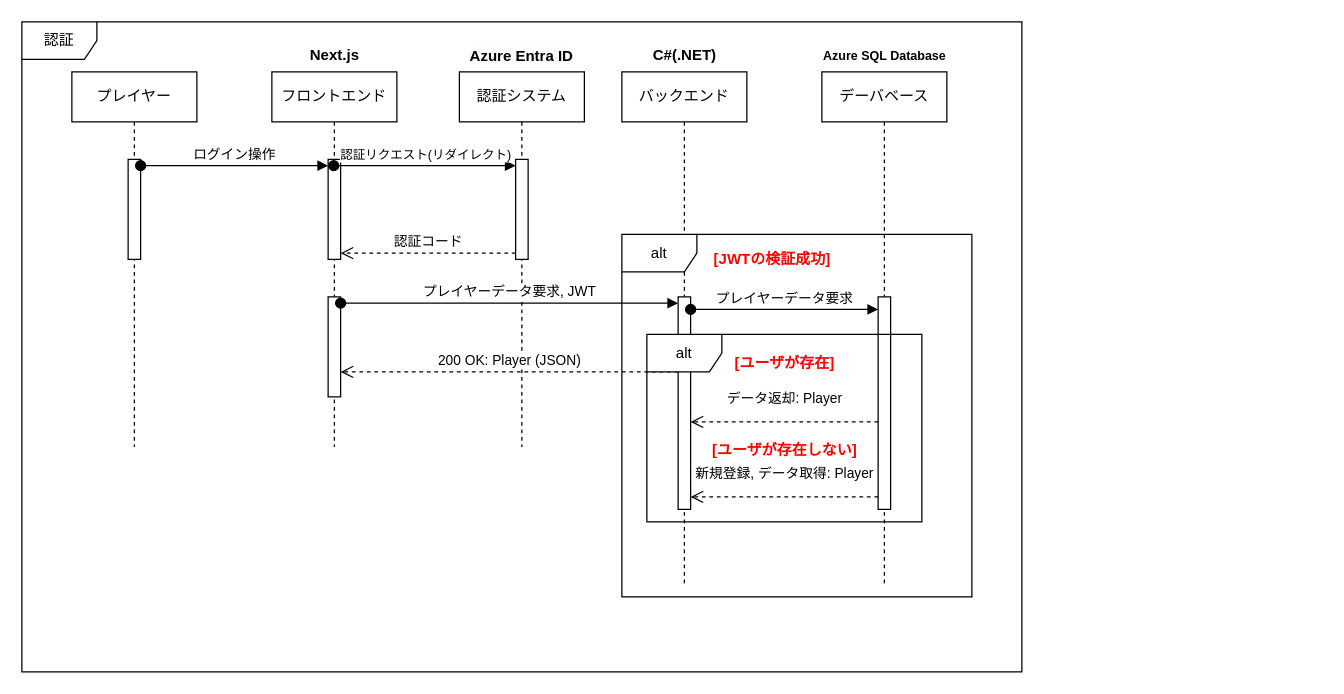
Above: page "ログイン" (1 of 2) of docs/UML/シーケンス図.drawio in ayumu203/poke-clone-v3 (draw.io), before the change. Source tidied: cells renumbered, new cells numbered last; positions are measured from the earlier drawing's top-left corner, leaving out a move shared by most shapes. Both pictures are drawn from the tidied source at 125%, with x=0, y=0 at pixel (21, 21).
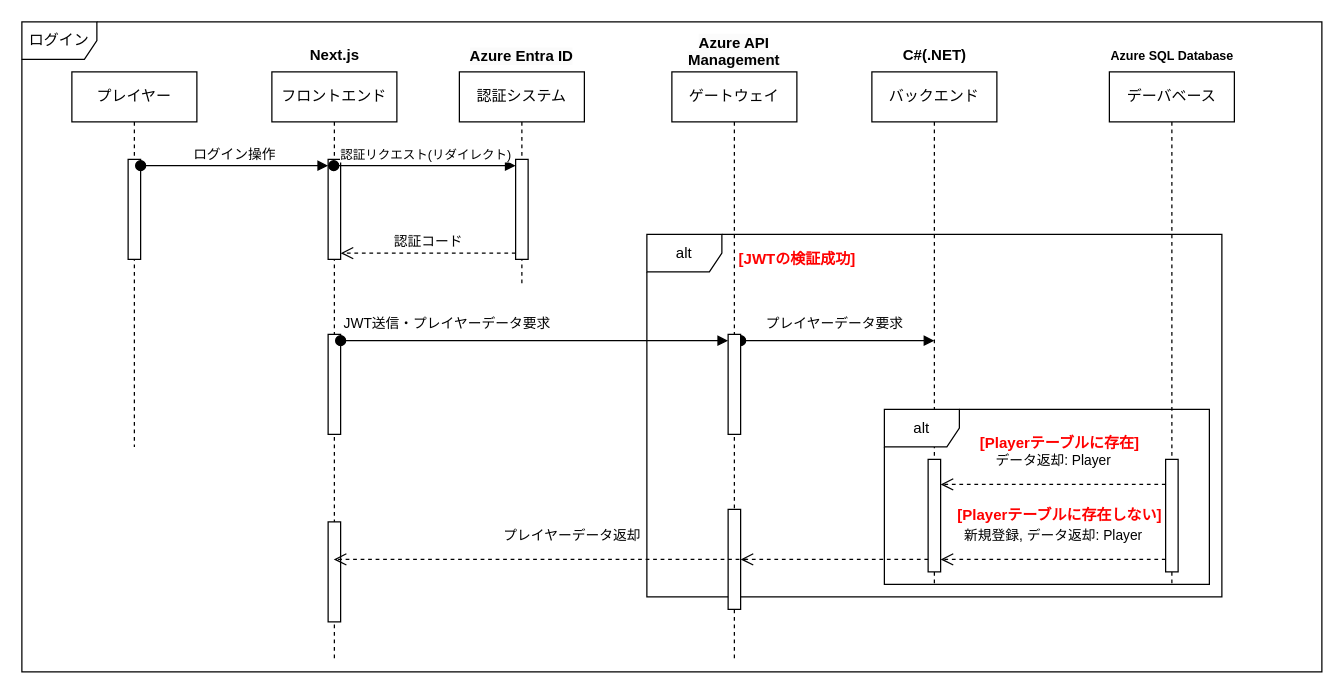
After the change.

Commit message:
docs:ログイン時のシーケンスを作成

Change to the diagram source:
```diff
@@
-    <mxCell id="2" value="認証" style="shape=umlFrame;whiteSpace=wrap;html=1;" parent="1" vertex="1">
-      <mxGeometry width="800" height="520" as="geometry" />
+    <mxCell id="2" value="&lt;div&gt;&lt;span style=&quot;background-color: transparent; color: light-dark(rgb(0, 0, 0), rgb(255, 255, 255));&quot;&gt;ログイン&lt;/span&gt;&lt;br&gt;&lt;/div&gt;" style="shape=umlFrame;whiteSpace=wrap;html=1;" parent="1" vertex="1">
+      <mxGeometry width="1040" height="520" as="geometry" />
     </mxCell>
@@
     <mxCell id="5" value="フロントエンド" style="shape=umlLifeline;perimeter=lifelinePerimeter;whiteSpace=wrap;html=1;outlineConnect=0;portConstraint=eastwest;newEdgeStyle={&quot;curved&quot;:0,&quot;rounded&quot;:0};" parent="1" vertex="1">
-      <mxGeometry x="200" y="40" width="100" height="300" as="geometry" />
+      <mxGeometry x="200" y="40" width="100" height="470" as="geometry" />
     </mxCell>
@@
-    <mxCell id="7" style="html=1;points=[[0,0,0,0,5],[0,1,0,0,-5],[1,0,0,0,5],[1,1,0,0,-5]];perimeter=orthogonalPerimeter;outlineConnect=0;targetShapes=umlLifeline;portConstraint=eastwest;newEdgeStyle={&quot;curved&quot;:0,&quot;rounded&quot;:0};" parent="5" vertex="1">
-      <mxGeometry x="45" y="180" width="10" height="80" as="geometry" />
-    </mxCell>
+    <mxCell id="31" style="html=1;perimeter=orthogonalPerimeter;targetShapes=umlLifeline;newEdgeStyle={&quot;curved&quot;:0,&quot;rounded&quot;:0};" parent="5" vertex="1">
+      <mxGeometry x="45" y="360" width="10" height="80" as="geometry" />
+    </mxCell>
@@
     <mxCell id="10" value="認証システム" style="shape=umlLifeline;perimeter=lifelinePerimeter;whiteSpace=wrap;html=1;newEdgeStyle={&quot;curved&quot;:0,&quot;rounded&quot;:0};" parent="1" vertex="1">
-      <mxGeometry x="350" y="40" width="100" height="300" as="geometry" />
+      <mxGeometry x="350" y="40" width="100" height="170" as="geometry" />
     </mxCell>
@@
     <mxCell id="14" value="バックエンド" style="shape=umlLifeline;perimeter=lifelinePerimeter;whiteSpace=wrap;html=1;newEdgeStyle={&quot;curved&quot;:0,&quot;rounded&quot;:0};" parent="1" vertex="1">
-      <mxGeometry x="480" y="40" width="100" height="410" as="geometry" />
+      <mxGeometry x="680" y="40" width="100" height="410" as="geometry" />
     </mxCell>
     <mxCell id="15" value="C#(.NET)" style="text;align=center;fontStyle=1;verticalAlign=middle;spacingLeft=3;spacingRight=3;strokeColor=none;html=1;" parent="1" vertex="1">
-      <mxGeometry x="480" y="14" width="100" height="26" as="geometry" />
+      <mxGeometry x="680" y="14" width="100" height="26" as="geometry" />
     </mxCell>
     <mxCell id="16" style="html=1;points=[[0,0,0,0,5],[0,1,0,0,-5],[1,0,0,0,5],[1,1,0,0,-5]];perimeter=orthogonalPerimeter;outlineConnect=0;targetShapes=umlLifeline;portConstraint=eastwest;newEdgeStyle={&quot;curved&quot;:0,&quot;rounded&quot;:0};" parent="1" vertex="1">
-      <mxGeometry x="525" y="220" width="10" height="170" as="geometry" />
+      <mxGeometry x="725" y="350" width="10" height="90" as="geometry" />
     </mxCell>
-    <mxCell id="17" value="プレイヤーデータ要求, JWT" style="html=1;verticalAlign=bottom;startArrow=oval;endArrow=block;startSize=8;curved=0;rounded=0;entryX=0;entryY=0;entryDx=0;entryDy=5;" parent="1" edge="1" source="7" target="16">
-      <mxGeometry relative="1" as="geometry" />
-    </mxCell>
-    <mxCell id="18" value="200 OK: Player (JSON)" style="html=1;verticalAlign=bottom;endArrow=open;dashed=1;endSize=8;curved=0;rounded=0;" parent="1" edge="1">
-      <mxGeometry relative="1" as="geometry">
-        <mxPoint x="525" y="280" as="sourcePoint" />
-        <mxPoint x="255" y="280" as="targetPoint" />
-      </mxGeometry>
-    </mxCell>
     <mxCell id="19" value="デーバベース" style="shape=umlLifeline;perimeter=lifelinePerimeter;whiteSpace=wrap;html=1;newEdgeStyle={&quot;curved&quot;:0,&quot;rounded&quot;:0};" parent="1" vertex="1">
-      <mxGeometry x="640" y="40" width="100" height="410" as="geometry" />
+      <mxGeometry x="870" y="40" width="100" height="410" as="geometry" />
     </mxCell>
     <mxCell id="20" value="&lt;font style=&quot;font-size: 10px;&quot;&gt;Azure SQL Database&lt;/font&gt;" style="text;align=center;fontStyle=1;verticalAlign=middle;spacingLeft=3;spacingRight=3;strokeColor=none;html=1;" parent="1" vertex="1">
-      <mxGeometry x="640" y="14" width="100" height="26" as="geometry" />
+      <mxGeometry x="870" y="14" width="100" height="26" as="geometry" />
     </mxCell>
@@
     <mxCell id="22" value="alt" style="shape=umlFrame;whiteSpace=wrap;html=1;" parent="1" vertex="1">
-      <mxGeometry x="480" y="170" width="280" height="290" as="geometry" />
+      <mxGeometry x="500" y="170" width="460" height="290" as="geometry" />
     </mxCell>
     <mxCell id="23" style="html=1;points=[[0,0,0,0,5],[0,1,0,0,-5],[1,0,0,0,5],[1,1,0,0,-5]];perimeter=orthogonalPerimeter;outlineConnect=0;targetShapes=umlLifeline;portConstraint=eastwest;newEdgeStyle={&quot;curved&quot;:0,&quot;rounded&quot;:0};" parent="1" vertex="1">
-      <mxGeometry x="685" y="220" width="10" height="170" as="geometry" />
+      <mxGeometry x="915" y="350" width="10" height="90" as="geometry" />
     </mxCell>
     <mxCell id="24" value="&lt;div&gt;&lt;font style=&quot;color: rgb(255, 0, 0);&quot;&gt;[JWTの検証成功]&lt;/font&gt;&lt;/div&gt;" style="text;align=center;fontStyle=1;verticalAlign=middle;spacingLeft=3;spacingRight=3;strokeColor=none;html=1;" parent="1" vertex="1">
-      <mxGeometry x="560" y="177" width="80" height="26" as="geometry" />
+      <mxGeometry x="580" y="177" width="80" height="26" as="geometry" />
     </mxCell>
     <mxCell id="25" value="alt" style="shape=umlFrame;whiteSpace=wrap;html=1;" parent="1" vertex="1">
-      <mxGeometry x="500" y="250" width="220" height="150" as="geometry" />
+      <mxGeometry x="690" y="310" width="260" height="140" as="geometry" />
     </mxCell>
-    <mxCell id="26" value="&lt;div&gt;&lt;font style=&quot;color: rgb(255, 0, 0);&quot;&gt;[ユーザが存在]&lt;/font&gt;&lt;/div&gt;" style="text;align=center;fontStyle=1;verticalAlign=middle;spacingLeft=3;spacingRight=3;strokeColor=none;html=1;" parent="1" vertex="1">
-      <mxGeometry x="570" y="260" width="80" height="26" as="geometry" />
+    <mxCell id="26" value="&lt;div&gt;&lt;font style=&quot;color: rgb(255, 0, 0);&quot;&gt;[Playerテーブルに存在]&lt;/font&gt;&lt;/div&gt;" style="text;align=center;fontStyle=1;verticalAlign=middle;spacingLeft=3;spacingRight=3;strokeColor=none;html=1;" parent="1" vertex="1">
+      <mxGeometry x="790" y="324" width="80" height="26" as="geometry" />
     </mxCell>
-    <mxCell id="27" value="データ返却: Player" style="html=1;verticalAlign=bottom;endArrow=open;dashed=1;endSize=8;curved=0;rounded=0;" parent="1" edge="1">
+    <mxCell id="27" value="データ返却: Player" style="html=1;verticalAlign=bottom;endArrow=open;dashed=1;endSize=8;curved=0;rounded=0;" parent="1" edge="1" source="23">
       <mxGeometry y="-10" relative="1" as="geometry">
-        <mxPoint x="685" y="320" as="sourcePoint" />
-        <mxPoint x="535" y="320" as="targetPoint" />
+        <mxPoint x="735" y="370" as="targetPoint" />
       </mxGeometry>
     </mxCell>
-    <mxCell id="28" value="&lt;div&gt;&lt;font style=&quot;color: rgb(255, 0, 0);&quot;&gt;[ユーザが存在しない]&lt;/font&gt;&lt;/div&gt;" style="text;align=center;fontStyle=1;verticalAlign=middle;spacingLeft=3;spacingRight=3;strokeColor=none;html=1;" parent="1" vertex="1">
-      <mxGeometry x="570" y="330" width="80" height="26" as="geometry" />
+    <mxCell id="28" value="&lt;div&gt;&lt;font style=&quot;color: rgb(255, 0, 0);&quot;&gt;[Playerテーブルに存在しない]&lt;/font&gt;&lt;/div&gt;" style="text;align=center;fontStyle=1;verticalAlign=middle;spacingLeft=3;spacingRight=3;strokeColor=none;html=1;" parent="1" vertex="1">
+      <mxGeometry x="790" y="382" width="80" height="26" as="geometry" />
     </mxCell>
-    <mxCell id="29" value="新規登録, データ取得: Player" style="html=1;verticalAlign=bottom;endArrow=open;dashed=1;endSize=8;curved=0;rounded=0;" parent="1" edge="1">
+    <mxCell id="29" value="新規登録, データ返却: Player" style="html=1;verticalAlign=bottom;endArrow=open;dashed=1;endSize=8;curved=0;rounded=0;" parent="1" edge="1" source="23">
       <mxGeometry y="-10" relative="1" as="geometry">
-        <mxPoint x="685" y="380" as="sourcePoint" />
-        <mxPoint x="535" y="380" as="targetPoint" />
+        <mxPoint x="735" y="430" as="targetPoint" />
       </mxGeometry>
     </mxCell>
-    <mxCell id="30" value="プレイヤーデータ要求" style="html=1;verticalAlign=bottom;startArrow=oval;endArrow=block;startSize=8;curved=0;rounded=0;" parent="1" edge="1">
-      <mxGeometry relative="1" as="geometry">
-        <mxPoint x="535" y="230" as="sourcePoint" />
-        <mxPoint x="685" y="230" as="targetPoint" />
+    <mxCell id="30" value="プレイヤーデータ要求" style="html=1;verticalAlign=bottom;startArrow=oval;endArrow=block;startSize=8;curved=0;rounded=0;exitX=1;exitY=0;exitDx=0;exitDy=5;exitPerimeter=0;" parent="1" edge="1" source="33">
+      <mxGeometry x="-0.03" y="5" relative="1" as="geometry">
+        <mxPoint x="730" y="255" as="targetPoint" />
       </mxGeometry>
     </mxCell>
+    <mxCell id="32" value="ゲートウェイ" style="shape=umlLifeline;perimeter=lifelinePerimeter;whiteSpace=wrap;html=1;newEdgeStyle={&quot;curved&quot;:0,&quot;rounded&quot;:0};" parent="1" vertex="1">
+      <mxGeometry x="520" y="40" width="100" height="470" as="geometry" />
+    </mxCell>
+    <mxCell id="7" style="html=1;points=[[0,0,0,0,5],[0,1,0,0,-5],[1,0,0,0,5],[1,1,0,0,-5]];perimeter=orthogonalPerimeter;outlineConnect=0;targetShapes=umlLifeline;portConstraint=eastwest;newEdgeStyle={&quot;curved&quot;:0,&quot;rounded&quot;:0};" parent="32" vertex="1">
+      <mxGeometry x="-275" y="210" width="10" height="80" as="geometry" />
+    </mxCell>
+    <mxCell id="33" style="html=1;points=[[0,0,0,0,5],[0,1,0,0,-5],[1,0,0,0,5],[1,1,0,0,-5]];perimeter=orthogonalPerimeter;outlineConnect=0;targetShapes=umlLifeline;portConstraint=eastwest;newEdgeStyle={&quot;curved&quot;:0,&quot;rounded&quot;:0};" parent="32" vertex="1">
+      <mxGeometry x="45" y="210" width="10" height="80" as="geometry" />
+    </mxCell>
+    <mxCell id="34" value="JWT送信・プレイヤーデータ要求" style="html=1;verticalAlign=bottom;startArrow=oval;endArrow=block;startSize=8;curved=0;rounded=0;entryX=0;entryY=0;entryDx=0;entryDy=5;" parent="32" edge="1" source="7" target="33">
+      <mxGeometry x="-0.45" y="5" relative="1" as="geometry">
+        <Array as="points">
+          <mxPoint x="-30" y="215" />
+        </Array>
+      </mxGeometry>
+    </mxCell>
+    <mxCell id="35" style="html=1;points=[[0,0,0,0,5],[0,1,0,0,-5],[1,0,0,0,5],[1,1,0,0,-5]];perimeter=orthogonalPerimeter;outlineConnect=0;targetShapes=umlLifeline;portConstraint=eastwest;newEdgeStyle={&quot;curved&quot;:0,&quot;rounded&quot;:0};" parent="32" vertex="1">
+      <mxGeometry x="45" y="350" width="10" height="80" as="geometry" />
+    </mxCell>
+    <mxCell id="36" value="&lt;span style=&quot;color: rgb(0, 0, 0); font-family: Helvetica; font-size: 12px; font-style: normal; font-variant-ligatures: normal; font-variant-caps: normal; letter-spacing: normal; orphans: 2; text-indent: 0px; text-transform: none; widows: 2; word-spacing: 0px; -webkit-text-stroke-width: 0px; white-space: normal; background-color: rgb(251, 251, 251); text-decoration-thickness: initial; text-decoration-style: initial; text-decoration-color: initial; float: none; display: inline !important;&quot;&gt;&lt;b&gt;Azure API Management&lt;/b&gt;&lt;/span&gt;" style="text;whiteSpace=wrap;html=1;align=center;" parent="1" vertex="1">
+      <mxGeometry x="520" y="3" width="100" height="37" as="geometry" />
+    </mxCell>
+    <mxCell id="37" style="html=1;verticalAlign=bottom;endArrow=open;dashed=1;endSize=8;curved=0;rounded=0;" parent="1" edge="1" target="35">
+      <mxGeometry y="-10" relative="1" as="geometry">
+        <mxPoint x="725" y="430" as="sourcePoint" />
+      </mxGeometry>
+    </mxCell>
+    <mxCell id="38" value="プレイヤーデータ返却" style="html=1;verticalAlign=bottom;endArrow=open;dashed=1;endSize=8;curved=0;rounded=0;" parent="1" edge="1" target="5">
+      <mxGeometry x="-0.15" y="-10" relative="1" as="geometry">
+        <mxPoint x="580" y="430" as="sourcePoint" />
+      </mxGeometry>
+    </mxCell>
```
